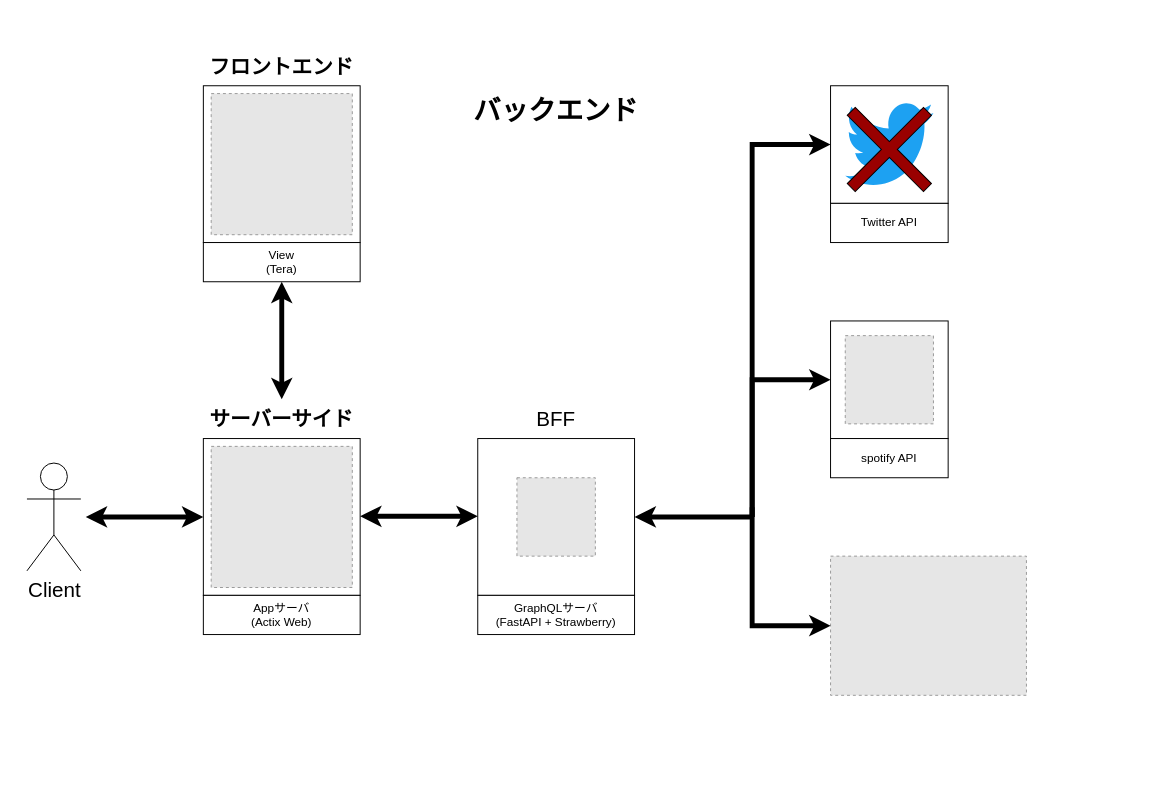
The draw.io diagram docs/microservice-architecture.drawio in bana7-arumi/emosic, before the edit. Source tidied: cells renumbered, new cells numbered last; positions are measured from the earlier drawing's top-left corner, leaving out a move shared by most shapes. Both pictures are drawn from the tidied source at 98%, with x=0, y=0 at pixel (17, 17). Pictures stored in the file or linked from it are replaced by grey dashed boxes.
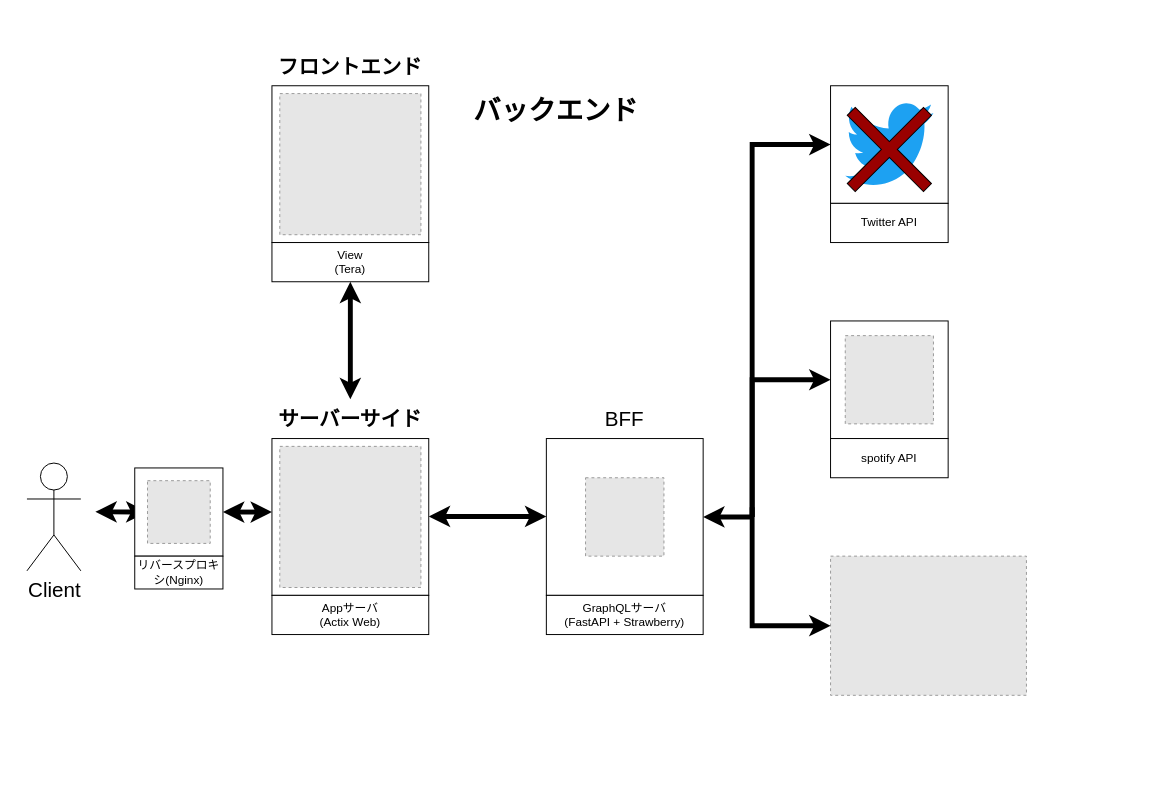
The same diagram, later.

Unchanged cells that the change refers to:
```xml
<mxCell id="3" style="rounded=0;whiteSpace=wrap;html=1;strokeWidth=4;fontSize=28;fillColor=default;strokeColor=none;" parent="1" vertex="1">
  <mxGeometry width="1140" height="790" as="geometry" />
</mxCell>
<mxCell id="10" value="&lt;font style=&quot;font-size: 21px;&quot;&gt;&lt;b&gt;サーバーサイド&lt;/b&gt;&lt;/font&gt;" style="rounded=0;whiteSpace=wrap;html=1;fillColor=none;strokeColor=none;" parent="9" vertex="1">
  <mxGeometry width="160" height="40" as="geometry" />
</mxCell>
<mxCell id="11" style="whiteSpace=wrap;html=1;fontSize=28;fillColor=default;" parent="9" vertex="1">
  <mxGeometry y="40" width="160" height="160" as="geometry" />
</mxCell>
<mxCell id="16" value="View&lt;br&gt;(Tera)" style="rounded=0;whiteSpace=wrap;html=1;" parent="14" vertex="1">
  <mxGeometry y="200" width="160" height="40" as="geometry" />
</mxCell>
```

Diff of the diagram source:
```diff
@@
     <mxCell id="4" style="group;" parent="1" vertex="1">
-      <mxGeometry x="470" y="390" width="160" height="240" as="geometry" />
+      <mxGeometry x="540" y="390" width="160" height="240" as="geometry" />
     </mxCell>
@@
     <mxCell id="9" style="group;" parent="1" vertex="1">
-      <mxGeometry x="190" y="390" width="160" height="240" as="geometry" />
+      <mxGeometry x="260" y="390" width="160" height="240" as="geometry" />
     </mxCell>
@@
     <mxCell id="14" style="group;" parent="1" vertex="1">
-      <mxGeometry x="190" y="30" width="160" height="240" as="geometry" />
+      <mxGeometry x="260" y="30" width="160" height="240" as="geometry" />
     </mxCell>
@@
-    <mxCell id="20" style="endArrow=classic;startArrow=classic;html=1;rounded=0;fontSize=21;strokeWidth=5;exitX=0.5;exitY=0;exitDx=0;exitDy=0;" parent="1" edge="1" source="10">
-      <mxGeometry relative="1" as="geometry">
-        <mxPoint x="270" y="270" as="targetPoint" />
-      </mxGeometry>
+    <mxCell id="20" style="endArrow=classic;startArrow=classic;html=1;rounded=0;fontSize=21;strokeWidth=5;exitX=0.5;exitY=0;exitDx=0;exitDy=0;" parent="1" edge="1" source="10" target="16">
+      <mxGeometry relative="1" as="geometry" />
     </mxCell>
-    <mxCell id="21" style="endArrow=classic;startArrow=classic;html=1;rounded=0;fontSize=21;strokeWidth=5;entryX=0;entryY=0.5;entryDx=0;entryDy=0;" parent="1" edge="1" target="11">
-      <mxGeometry relative="1" as="geometry">
-        <mxPoint x="70" y="510" as="sourcePoint" />
-      </mxGeometry>
-    </mxCell>
     <mxCell id="22" style="endArrow=classic;startArrow=classic;html=1;rounded=0;fontSize=21;strokeWidth=5;entryX=0;entryY=0.5;entryDx=0;entryDy=0;" parent="1" edge="1">
       <mxGeometry relative="1" as="geometry">
-        <mxPoint x="350" y="509.3" as="sourcePoint" />
-        <mxPoint x="470" y="509.3" as="targetPoint" />
+        <mxPoint x="420" y="509.5" as="sourcePoint" />
+        <mxPoint x="540" y="509.5" as="targetPoint" />
       </mxGeometry>
     </mxCell>
@@
+    <mxCell id="38" style="endArrow=classic;startArrow=classic;html=1;rounded=0;fontSize=21;strokeWidth=5;entryX=0;entryY=0.5;entryDx=0;entryDy=0;exitX=0.07;exitY=0.639;exitDx=0;exitDy=0;exitPerimeter=0;" parent="1" edge="1" source="3" target="42">
+      <mxGeometry relative="1" as="geometry" />
+    </mxCell>
+    <mxCell id="39" style="group;" parent="1" vertex="1">
+      <mxGeometry x="120" y="460" width="90" height="134" as="geometry" />
+    </mxCell>
+    <mxCell id="40" style="whiteSpace=wrap;html=1;fontSize=21;fillColor=default;" parent="39" vertex="1">
+      <mxGeometry width="90" height="90" as="geometry" />
+    </mxCell>
+    <mxCell id="41" value="リバースプロキシ(Nginx)" style="rounded=0;whiteSpace=wrap;html=1;" parent="39" vertex="1">
+      <mxGeometry y="90" width="90" height="33.5" as="geometry" />
+    </mxCell>
+    <mxCell id="42" style="fillColor=#E6E6E6;strokeColor=#999999;dashed=1;verticalLabelPosition=bottom;labelBackgroundColor=default;verticalAlign=top;" parent="39" vertex="1">
+      <mxGeometry x="13" y="13" width="64" height="64" as="geometry" />
+    </mxCell>
+    <mxCell id="43" style="endArrow=classic;startArrow=classic;html=1;rounded=0;fontSize=21;strokeWidth=5;exitX=1;exitY=0.5;exitDx=0;exitDy=0;" parent="1" edge="1" source="40">
+      <mxGeometry relative="1" as="geometry">
+        <mxPoint x="260" y="505" as="targetPoint" />
+      </mxGeometry>
+    </mxCell>
```
